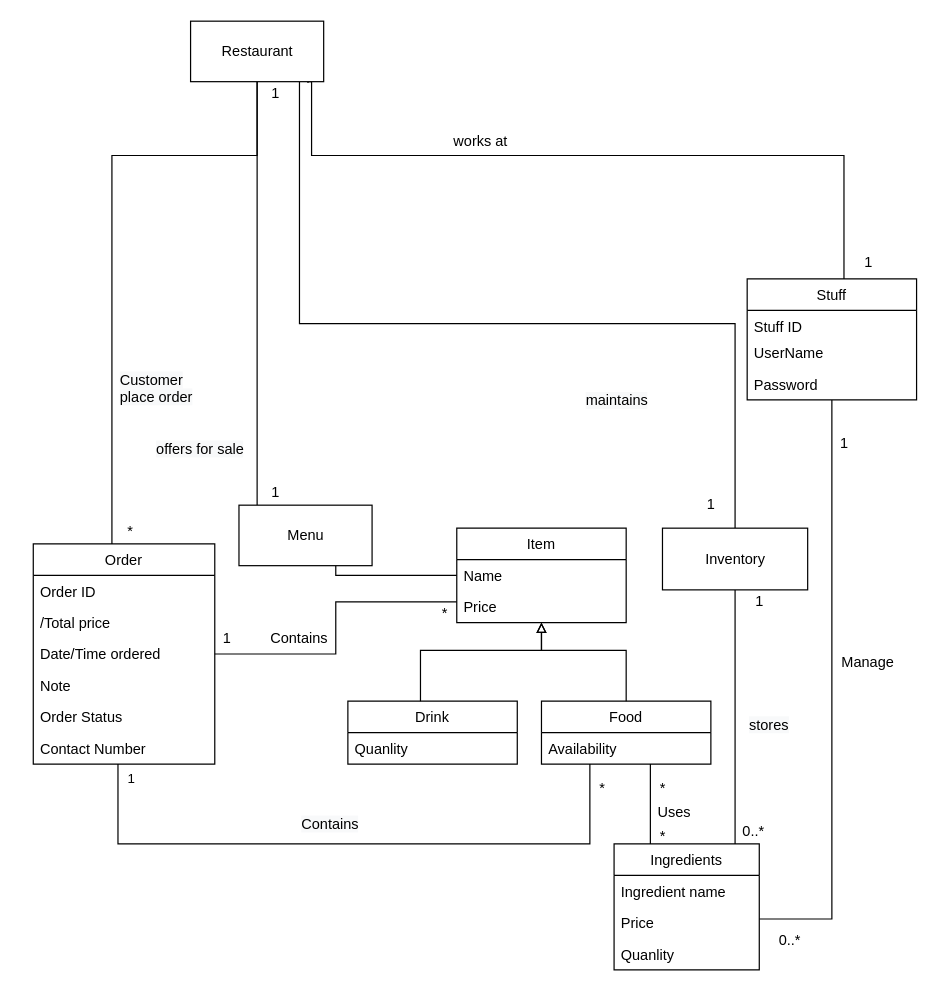
Before: Food Ordering System - Draft.drawio in The-Greatest-Team/Fidelma-RestaurantMenuSystem-, a draw.io diagram. Source tidied: cells renumbered, new cells numbered last; positions are measured from the earlier drawing's top-left corner, leaving out a move shared by most shapes. Both pictures are drawn from the tidied source at 121%, with x=0, y=0 at pixel (33, 21).
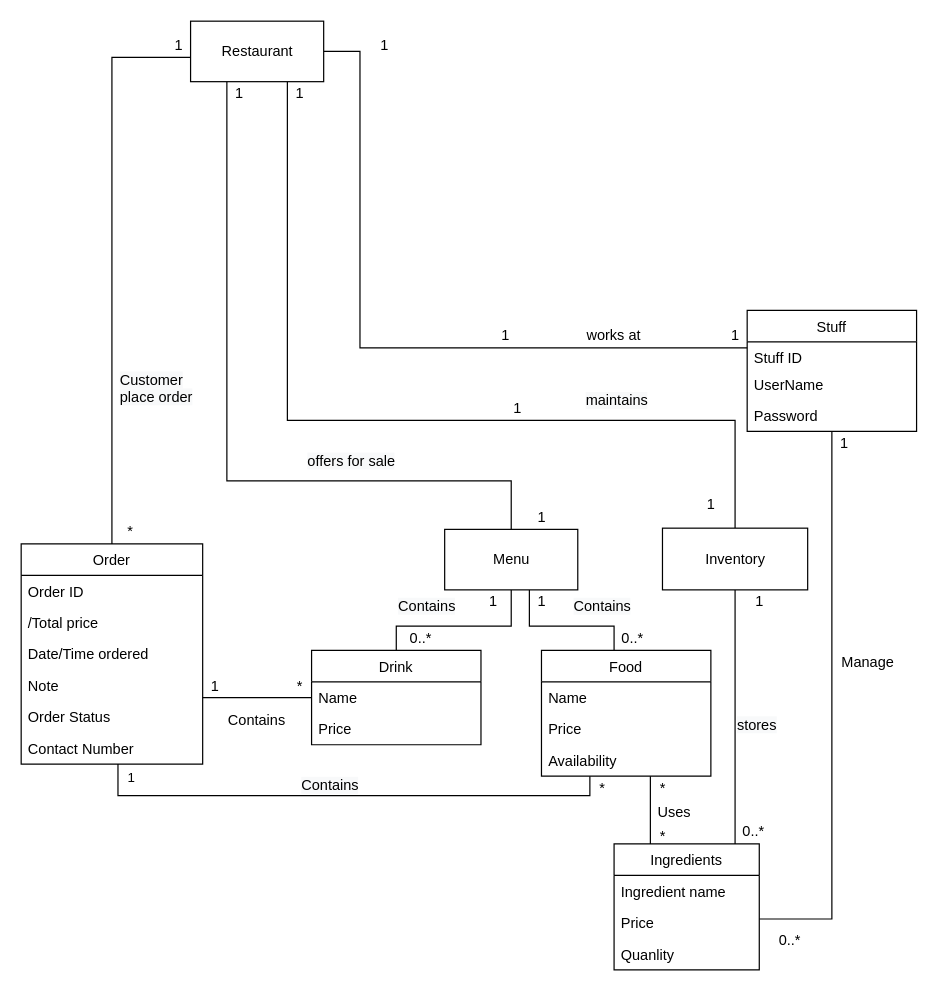
Above is the later version.

Unchanged cells that the change refers to:
```xml
<mxCell id="22" value="Inventory" style="html=1;" parent="1" vertex="1">
  <mxGeometry x="520" y="419" width="120" height="51" as="geometry" />
</mxCell>
<mxCell id="36" value="Restaurant" style="html=1;" parent="1" vertex="1">
  <mxGeometry x="130" width="110" height="50" as="geometry" />
</mxCell>
```

What changed in the source:
```diff
@@
+    <mxCell id="63" style="edgeStyle=orthogonalEdgeStyle;rounded=0;jettySize=auto;html=1;endArrow=none;endFill=0;" parent="1" edge="1" source="5" target="34">
+      <mxGeometry relative="1" as="geometry">
+        <Array as="points">
+          <mxPoint x="170" y="559" />
+          <mxPoint x="170" y="559" />
+        </Array>
+      </mxGeometry>
+    </mxCell>
     <mxCell id="2" style="edgeStyle=orthogonalEdgeStyle;rounded=0;jettySize=auto;html=1;endArrow=none;endFill=0;" parent="1" edge="1" source="5" target="31">
       <mxGeometry relative="1" as="geometry">
         <Array as="points">
-          <mxPoint x="70" y="680" />
-          <mxPoint x="460" y="680" />
+          <mxPoint x="70" y="640" />
+          <mxPoint x="460" y="640" />
         </Array>
       </mxGeometry>
     </mxCell>
@@
-    <mxCell id="4" style="edgeStyle=orthogonalEdgeStyle;rounded=0;jettySize=auto;html=1;endArrow=none;endFill=0;" parent="1" edge="1" source="5" target="60">
-      <mxGeometry relative="1" as="geometry">
-        <Array as="points">
-          <mxPoint x="250" y="523" />
-          <mxPoint x="250" y="480" />
-        </Array>
-      </mxGeometry>
-    </mxCell>
     <mxCell id="5" value="Order" style="swimlane;fontStyle=0;horizontal=1;startSize=26;fillColor=none;" parent="1" vertex="1">
-      <mxGeometry y="432" width="150" height="182" as="geometry" />
+      <mxGeometry x="-10" y="432" width="150" height="182" as="geometry" />
     </mxCell>
@@
     <mxCell id="13" style="edgeStyle=orthogonalEdgeStyle;rounded=0;jettySize=auto;html=1;entryX=0.5;entryY=1;entryDx=0;entryDy=0;endArrow=none;endFill=0;" parent="1" edge="1" source="5" target="36">
       <mxGeometry relative="1" as="geometry">
         <Array as="points">
-          <mxPoint x="65" y="111" />
-          <mxPoint x="185" y="111" />
+          <mxPoint x="65" y="30" />
+          <mxPoint x="185" y="30" />
         </Array>
       </mxGeometry>
     </mxCell>
+    <mxCell id="20" style="edgeStyle=orthogonalEdgeStyle;rounded=0;jettySize=auto;html=1;endArrow=none;endFill=0;" parent="1" edge="1" source="14" target="36">
+      <mxGeometry relative="1" as="geometry">
+        <Array as="points">
+          <mxPoint x="270" y="270" />
+          <mxPoint x="270" y="25" />
+        </Array>
+      </mxGeometry>
+    </mxCell>
     <mxCell id="14" value="Stuff" style="swimlane;fontStyle=0;horizontal=1;startSize=26;fillColor=none;" parent="1" vertex="1">
-      <mxGeometry x="590" y="213" width="140" height="100" as="geometry" />
+      <mxGeometry x="590" y="239" width="140" height="100" as="geometry" />
     </mxCell>
@@
     <mxCell id="18" style="edgeStyle=orthogonalEdgeStyle;rounded=0;jettySize=auto;html=1;endArrow=none;endFill=0;" parent="1" edge="1" source="36" target="22">
       <mxGeometry relative="1" as="geometry">
         <Array as="points">
-          <mxPoint x="220" y="250" />
-          <mxPoint x="580" y="250" />
+          <mxPoint x="210" y="330" />
+          <mxPoint x="580" y="330" />
         </Array>
       </mxGeometry>
     </mxCell>
     <mxCell id="19" style="edgeStyle=orthogonalEdgeStyle;rounded=0;jettySize=auto;html=1;endArrow=none;endFill=0;" parent="1" edge="1" source="36" target="28">
       <mxGeometry relative="1" as="geometry">
         <Array as="points">
-          <mxPoint x="185" y="230" />
-          <mxPoint x="185" y="230" />
+          <mxPoint x="160" y="380" />
+          <mxPoint x="395" y="380" />
         </Array>
       </mxGeometry>
     </mxCell>
-    <mxCell id="20" style="edgeStyle=orthogonalEdgeStyle;rounded=0;jettySize=auto;html=1;entryX=0.882;entryY=1.023;entryDx=0;entryDy=0;endArrow=none;endFill=0;entryPerimeter=0;" parent="1" edge="1" source="14" target="36">
-      <mxGeometry relative="1" as="geometry">
-        <Array as="points">
-          <mxPoint x="670" y="111" />
-          <mxPoint x="230" y="111" />
-          <mxPoint x="230" y="50" />
-          <mxPoint x="227" y="50" />
-        </Array>
-      </mxGeometry>
-    </mxCell>
@@
-    <mxCell id="27" style="edgeStyle=orthogonalEdgeStyle;rounded=0;jettySize=auto;html=1;endArrow=none;endFill=0;" parent="1" edge="1" source="28" target="60">
-      <mxGeometry relative="1" as="geometry">
-        <Array as="points">
-          <mxPoint x="250" y="458" />
-        </Array>
-      </mxGeometry>
-    </mxCell>
+    <mxCell id="64" style="edgeStyle=orthogonalEdgeStyle;rounded=0;jettySize=auto;html=1;endArrow=none;endFill=0;" parent="1" edge="1" source="28" target="31">
+      <mxGeometry relative="1" as="geometry">
+        <Array as="points">
+          <mxPoint x="410" y="500" />
+          <mxPoint x="480" y="500" />
+        </Array>
+      </mxGeometry>
+    </mxCell>
+    <mxCell id="65" style="edgeStyle=orthogonalEdgeStyle;rounded=0;jettySize=auto;html=1;endArrow=none;endFill=0;" parent="1" edge="1" source="28" target="34">
+      <mxGeometry relative="1" as="geometry">
+        <Array as="points">
+          <mxPoint x="395" y="500" />
+          <mxPoint x="300" y="500" />
+        </Array>
+      </mxGeometry>
+    </mxCell>
     <mxCell id="28" value="Menu" style="html=1;" parent="1" vertex="1">
-      <mxGeometry x="170" y="400" width="110" height="50" as="geometry" />
+      <mxGeometry x="340" y="420" width="110" height="50" as="geometry" />
     </mxCell>
@@
-    <mxCell id="30" style="edgeStyle=orthogonalEdgeStyle;rounded=0;jettySize=auto;html=1;endArrow=block;endFill=0;" parent="1" edge="1" source="31" target="60">
-      <mxGeometry relative="1" as="geometry">
-        <Array as="points">
-          <mxPoint x="490" y="520" />
-          <mxPoint x="420" y="520" />
-        </Array>
-      </mxGeometry>
-    </mxCell>
     <mxCell id="31" value="Food" style="swimlane;fontStyle=0;horizontal=1;startSize=26;fillColor=none;" parent="1" vertex="1">
-      <mxGeometry x="420" y="562" width="140" height="52" as="geometry" />
+      <mxGeometry x="420" y="520" width="140" height="104" as="geometry" />
     </mxCell>
+    <mxCell id="66" value="Name" style="text;strokeColor=none;fillColor=none;align=left;verticalAlign=top;spacingLeft=4;spacingRight=4;overflow=hidden;" parent="31" vertex="1">
+      <mxGeometry y="26" width="140" height="26" as="geometry" />
+    </mxCell>
+    <mxCell id="67" value="Price" style="text;strokeColor=none;fillColor=none;align=left;verticalAlign=top;spacingLeft=4;spacingRight=4;overflow=hidden;" parent="31" vertex="1">
+      <mxGeometry y="52" width="140" height="26" as="geometry" />
+    </mxCell>
     <mxCell id="32" value="Availability " style="text;strokeColor=none;fillColor=none;align=left;verticalAlign=top;spacingLeft=4;spacingRight=4;overflow=hidden;" parent="31" vertex="1">
-      <mxGeometry y="26" width="140" height="26" as="geometry" />
+      <mxGeometry y="78" width="140" height="26" as="geometry" />
     </mxCell>
-    <mxCell id="33" style="edgeStyle=orthogonalEdgeStyle;rounded=0;jettySize=auto;html=1;endArrow=block;endFill=0;" parent="1" edge="1" source="34" target="60">
-      <mxGeometry relative="1" as="geometry">
-        <Array as="points">
-          <mxPoint x="320" y="520" />
-          <mxPoint x="420" y="520" />
-        </Array>
-      </mxGeometry>
-    </mxCell>
     <mxCell id="34" value="Drink" style="swimlane;fontStyle=0;horizontal=1;startSize=26;fillColor=none;" parent="1" vertex="1">
-      <mxGeometry x="260" y="562" width="140" height="52" as="geometry" />
+      <mxGeometry x="230" y="520" width="140" height="78" as="geometry" />
     </mxCell>
-    <mxCell id="35" value="Quanlity " style="text;strokeColor=none;fillColor=none;align=left;verticalAlign=top;spacingLeft=4;spacingRight=4;overflow=hidden;" parent="34" vertex="1">
-      <mxGeometry y="26" width="140" height="26" as="geometry" />
-    </mxCell>
+    <mxCell id="68" value="Name" style="text;strokeColor=none;fillColor=none;align=left;verticalAlign=top;spacingLeft=4;spacingRight=4;overflow=hidden;" parent="34" vertex="1">
+      <mxGeometry y="26" width="140" height="26" as="geometry" />
+    </mxCell>
+    <mxCell id="69" value="Price" style="text;strokeColor=none;fillColor=none;align=left;verticalAlign=top;spacingLeft=4;spacingRight=4;overflow=hidden;" parent="34" vertex="1">
+      <mxGeometry y="52" width="140" height="26" as="geometry" />
+    </mxCell>
@@
     <mxCell id="37" value="1" style="text;html=1;align=center;verticalAlign=middle;" parent="1" vertex="1">
-      <mxGeometry x="190" y="50" width="20" height="20" as="geometry" />
+      <mxGeometry x="210" y="50" width="20" height="20" as="geometry" />
     </mxCell>
     <mxCell id="38" value="*" style="text;html=1;align=center;verticalAlign=middle;" parent="1" vertex="1">
-      <mxGeometry x="330" y="480" width="20" height="20" as="geometry" />
+      <mxGeometry x="210" y="540" width="20" height="20" as="geometry" />
     </mxCell>
     <mxCell id="39" value="1" style="text;html=1;align=center;verticalAlign=middle;" parent="1" vertex="1">
-      <mxGeometry x="150" y="500" width="20" height="20" as="geometry" />
+      <mxGeometry x="140" y="540" width="20" height="20" as="geometry" />
     </mxCell>
@@
+    <mxCell id="70" value="1" style="text;html=1;align=center;verticalAlign=middle;" parent="1" vertex="1">
+      <mxGeometry x="380" y="250" width="20" height="20" as="geometry" />
+    </mxCell>
     <mxCell id="42" value="1&lt;br&gt;" style="text;html=1;align=center;verticalAlign=middle;" parent="1" vertex="1">
-      <mxGeometry x="680" y="190" width="20" height="20" as="geometry" />
+      <mxGeometry x="570" y="250" width="20" height="20" as="geometry" />
     </mxCell>
     <mxCell id="43" value="works at" style="text;html=1;strokeColor=none;fillColor=none;align=center;verticalAlign=middle;whiteSpace=wrap;rounded=0;" parent="1" vertex="1">
-      <mxGeometry x="340" y="90" width="60" height="20" as="geometry" />
+      <mxGeometry x="450" y="250" width="60" height="20" as="geometry" />
     </mxCell>
@@
     <mxCell id="45" value="Contains" style="text;html=1;strokeColor=none;fillColor=none;align=center;verticalAlign=middle;whiteSpace=wrap;rounded=0;" parent="1" vertex="1">
-      <mxGeometry x="200" y="500" width="40" height="20" as="geometry" />
+      <mxGeometry x="165" y="568" width="40" height="20" as="geometry" />
     </mxCell>
     <mxCell id="46" value="&lt;span style=&quot;color: rgb(0, 0, 0); font-family: helvetica; font-size: 12px; font-style: normal; font-weight: 400; letter-spacing: normal; text-align: center; text-indent: 0px; text-transform: none; word-spacing: 0px; background-color: rgb(248, 249, 250); display: inline; float: none;&quot;&gt;Contains&lt;/span&gt;" style="text;whiteSpace=wrap;html=1;" parent="1" vertex="1">
-      <mxGeometry x="220" y="650" width="70" height="30" as="geometry" />
+      <mxGeometry x="220" y="618" width="70" height="30" as="geometry" />
     </mxCell>
@@
+    <mxCell id="71" value="&lt;span style=&quot;color: rgb(0, 0, 0); font-family: helvetica; font-size: 12px; font-style: normal; font-weight: 400; letter-spacing: normal; text-align: center; text-indent: 0px; text-transform: none; word-spacing: 0px; background-color: rgb(248, 249, 250); display: inline; float: none;&quot;&gt;Contains&lt;/span&gt;" style="text;whiteSpace=wrap;html=1;" parent="1" vertex="1">
+      <mxGeometry x="300" y="470" width="70" height="30" as="geometry" />
+    </mxCell>
+    <mxCell id="72" value="&lt;span style=&quot;color: rgb(0, 0, 0); font-family: helvetica; font-size: 12px; font-style: normal; font-weight: 400; letter-spacing: normal; text-align: center; text-indent: 0px; text-transform: none; word-spacing: 0px; background-color: rgb(248, 249, 250); display: inline; float: none;&quot;&gt;Contains&lt;/span&gt;" style="text;whiteSpace=wrap;html=1;" parent="1" vertex="1">
+      <mxGeometry x="445" y="470" width="70" height="30" as="geometry" />
+    </mxCell>
     <mxCell id="49" value="&lt;span style=&quot;color: rgb(0 , 0 , 0) ; font-family: &amp;#34;helvetica&amp;#34; ; font-size: 12px ; font-style: normal ; font-weight: 400 ; letter-spacing: normal ; text-align: center ; text-indent: 0px ; text-transform: none ; word-spacing: 0px ; background-color: rgb(248 , 249 , 250) ; display: inline ; float: none&quot;&gt;offers for sale&lt;/span&gt;" style="text;whiteSpace=wrap;html=1;" parent="1" vertex="1">
-      <mxGeometry x="100" y="340" width="80" height="30" as="geometry" />
+      <mxGeometry x="225" y="350" width="80" height="30" as="geometry" />
     </mxCell>
@@
     <mxCell id="51" value="&lt;span style=&quot;color: rgb(0 , 0 , 0) ; font-family: &amp;#34;helvetica&amp;#34; ; font-size: 12px ; font-style: normal ; font-weight: 400 ; letter-spacing: normal ; text-align: center ; text-indent: 0px ; text-transform: none ; word-spacing: 0px ; background-color: rgb(248 , 249 , 250) ; display: inline ; float: none&quot;&gt;stores&lt;/span&gt;" style="text;whiteSpace=wrap;html=1;" parent="1" vertex="1">
-      <mxGeometry x="590" y="568" width="70" height="30" as="geometry" />
+      <mxGeometry x="580" y="568" width="70" height="30" as="geometry" />
     </mxCell>
@@
     <mxCell id="54" value="1" style="text;html=1;align=center;verticalAlign=middle;" parent="1" vertex="1">
-      <mxGeometry x="190" y="380" width="20" height="20" as="geometry" />
+      <mxGeometry x="410" y="400" width="20" height="20" as="geometry" />
     </mxCell>
@@
+    <mxCell id="73" value="1" style="text;html=1;align=center;verticalAlign=middle;" parent="1" vertex="1">
+      <mxGeometry x="390" y="310" width="20" height="20" as="geometry" />
+    </mxCell>
+    <mxCell id="74" value="0..*" style="text;html=1;align=center;verticalAlign=middle;" parent="1" vertex="1">
+      <mxGeometry x="305" y="500" width="30" height="20" as="geometry" />
+    </mxCell>
+    <mxCell id="75" value="1" style="text;html=1;align=center;verticalAlign=middle;" parent="1" vertex="1">
+      <mxGeometry x="370" y="470" width="20" height="20" as="geometry" />
+    </mxCell>
+    <mxCell id="76" value="1" style="text;html=1;align=center;verticalAlign=middle;" parent="1" vertex="1">
+      <mxGeometry x="410" y="470" width="20" height="20" as="geometry" />
+    </mxCell>
+    <mxCell id="77" value="0..*" style="text;html=1;align=center;verticalAlign=middle;" parent="1" vertex="1">
+      <mxGeometry x="480" y="500" width="30" height="20" as="geometry" />
+    </mxCell>
@@
-    <mxCell id="60" value="Item" style="swimlane;fontStyle=0;horizontal=1;startSize=26;fillColor=none;" parent="1" vertex="1">
-      <mxGeometry x="350" y="419" width="140" height="78" as="geometry" />
+    <mxCell id="60" value="1" style="text;html=1;align=center;verticalAlign=middle;points=[];" parent="1" vertex="1">
+      <mxGeometry x="110" y="10" width="20" height="20" as="geometry" />
     </mxCell>
-    <mxCell id="61" value="Name" style="text;strokeColor=none;fillColor=none;align=left;verticalAlign=top;spacingLeft=4;spacingRight=4;overflow=hidden;" parent="60" vertex="1">
-      <mxGeometry y="26" width="140" height="26" as="geometry" />
+    <mxCell id="61" value="1" style="text;html=1;align=center;verticalAlign=middle;" parent="1" vertex="1">
+      <mxGeometry x="160" y="50" width="20" height="20" as="geometry" />
     </mxCell>
-    <mxCell id="62" value="Price" style="text;strokeColor=none;fillColor=none;align=left;verticalAlign=top;spacingLeft=4;spacingRight=4;overflow=hidden;" parent="60" vertex="1">
-      <mxGeometry y="52" width="140" height="26" as="geometry" />
+    <mxCell id="62" value="1" style="text;html=1;align=center;verticalAlign=middle;" parent="1" vertex="1">
+      <mxGeometry x="280" y="10" width="20" height="20" as="geometry" />
     </mxCell>
```
